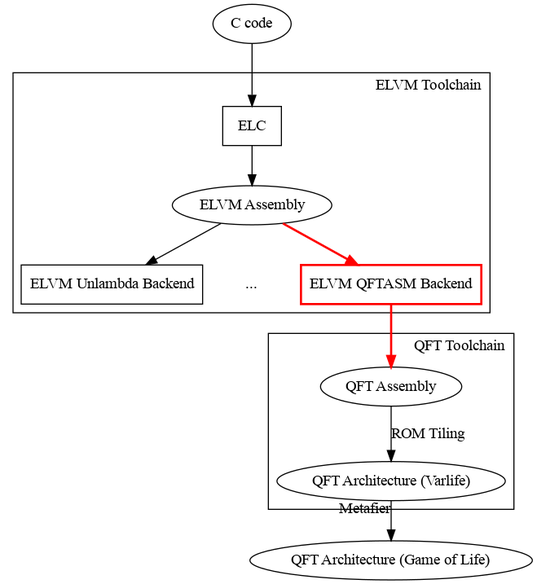
woodrush/lisp-in-life keeps this Graphviz diagram as img/toolchain.png. Above is the earlier version. Its source is kept beside it as img/toolchain.dot.
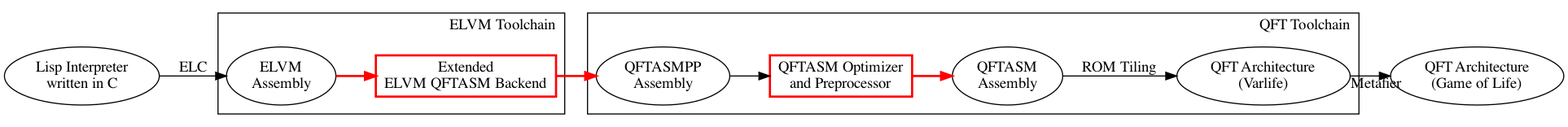
The same file after the commit.

The edit, as a diff of the source:
```diff
@@ -1,19 +1,17 @@
 digraph G {
-    C [label="C code"]
+    rankdir="LR"
 
-    C->ELC
+    C [label="Lisp Interpreter\nwritten in C"]
+
+    C->eli [label="ELC"]
+
     subgraph cluster_0 {
         label = "ELVM Toolchain"
         labeljust = "r"
-        ELC [shape="rect"]
-        elvmunl [label="ELVM Unlambda Backend" shape="rect"]
-        elvmothers [label="..." shape="none"]
 
-        eli [label="ELVM Assembly"]
-        ELC->eli
-        eli->elvmunl
-        eli->elvmothers [style=invis]
-        elvmqftasm [label="ELVM QFTASM Backend" shape="rect" color="red" penwidth=2]
+        eli [label="ELVM\nAssembly"]
+
+        elvmqftasm [label="Extended\nELVM QFTASM Backend" shape="rect" color="red" penwidth=2]
         eli->elvmqftasm [color="red" penwidth=2]
     } [label="ELVM"]
 
@@ -22,13 +20,20 @@
         labeljust = "r"
         lheight = "10.0"
 
-        QFTASM [label="QFT Assembly"]
-        elvmqftasm->QFTASM [color="red" penwidth=2]
+        QFTASMPP [label="QFTASMPP\nAssembly"]
+        elvmqftasm->QFTASMPP [color="red" penwidth=2]
 
-        QFTex [label="QFT Architecture (Varlife)"]
+        QFTASMPPopt [label="QFTASM Optimizer\nand Preprocessor" shape="rect" color="red" penwidth=2]
+        QFTASMPP->QFTASMPPopt
+
+        QFTASM [label="QFTASM\nAssembly"]
+        QFTASMPPopt->QFTASM [color="red" penwidth=2]
+
+
+        QFTex [label="QFT Architecture\n(Varlife)"]
         QFTASM -> QFTex [label="ROM Tiling"]
     }
-    QFTgol [label="QFT Architecture (Game of Life)"]
+    QFTgol [label="QFT Architecture\n(Game of Life)"]
     QFTex -> QFTgol [taillabel="Metafier"]
 
 }
```
